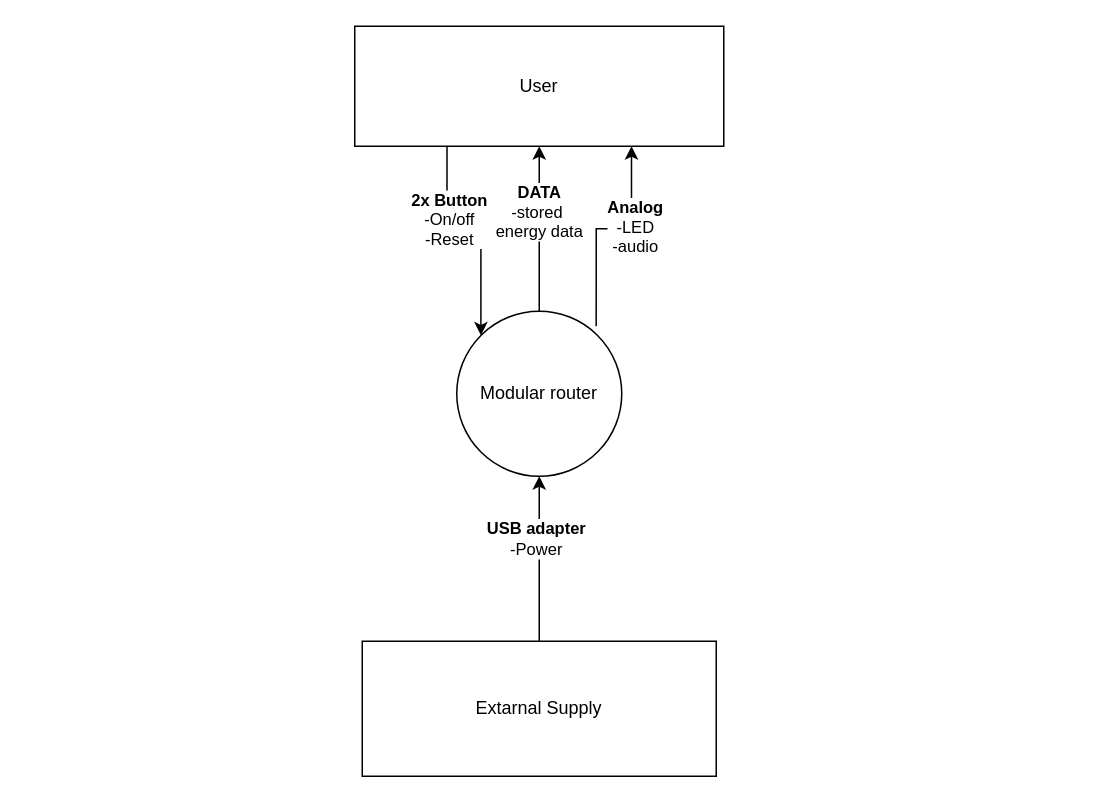
This is DCD.drawio from Pietertv/Crownstone_graduation_internship_Pieter_ten_Velde, a draw.io file, before an edit. Source tidied: cells renumbered, new cells numbered last; positions are measured from the earlier drawing's top-left corner, leaving out a move shared by most shapes. Both pictures are drawn from the tidied source at 150%, with x=0, y=0 at pixel (354, 26).
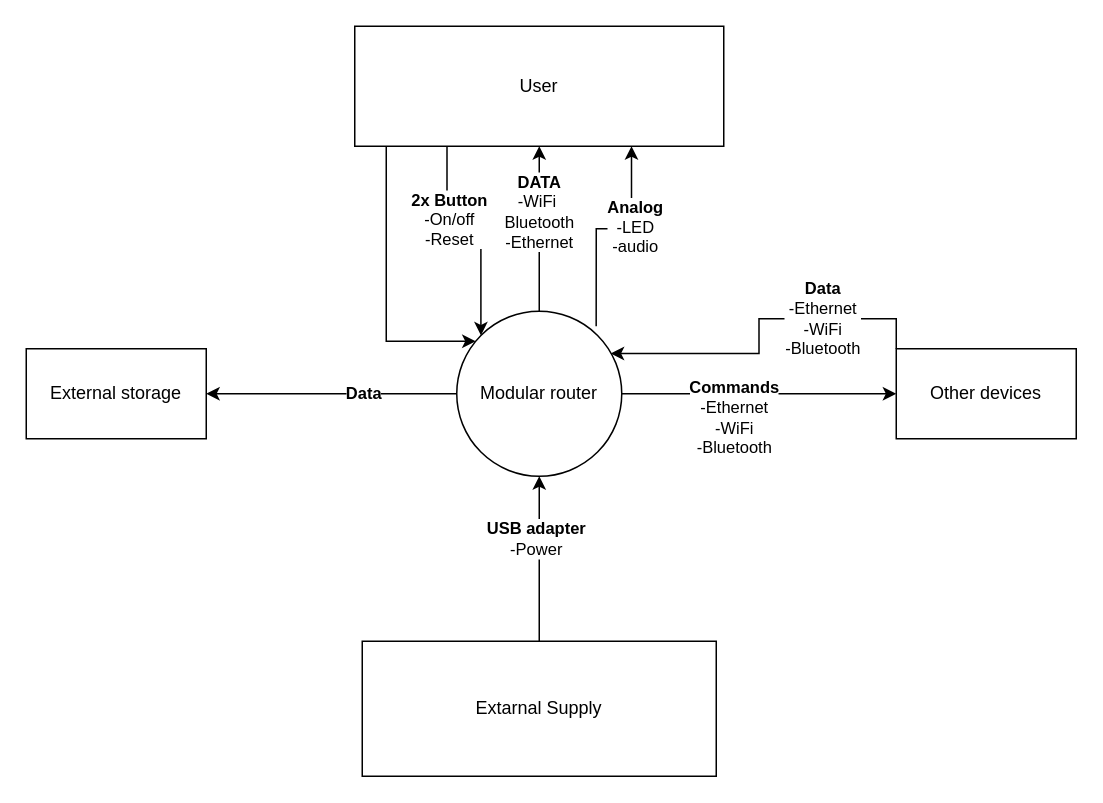
The same diagram, later.

Unchanged cells that the change refers to:
```xml
<mxCell id="2" style="edgeStyle=orthogonalEdgeStyle;rounded=0;jettySize=auto;html=1;exitX=0.5;exitY=0;exitDx=0;exitDy=0;entryX=0.5;entryY=1;entryDx=0;entryDy=0;" parent="1" edge="1" source="4" target="9">
  <mxGeometry relative="1" as="geometry" />
</mxCell>
<mxCell id="4" value="Modular router" style="ellipse;whiteSpace=wrap;html=1;" parent="1" vertex="1">
  <mxGeometry x="68" y="190" width="110" height="110" as="geometry" />
</mxCell>
<mxCell id="9" value="User" style="rounded=0;whiteSpace=wrap;html=1;" parent="1" vertex="1">
  <mxGeometry width="246" height="80" as="geometry" />
</mxCell>
```

Change to the diagram source:
```diff
@@
-    <mxCell id="3" value="&lt;b&gt;DATA&lt;/b&gt;&lt;br&gt;-stored&amp;nbsp;&lt;br&gt;energy data" style="edgeLabel;html=1;align=center;verticalAlign=middle;" parent="2" vertex="1">
+    <mxCell id="3" value="&lt;b&gt;DATA&lt;/b&gt;&lt;br&gt;-WiFi&amp;nbsp;&lt;br&gt;Bluetooth&lt;br&gt;-Ethernet" style="edgeLabel;html=1;align=center;verticalAlign=middle;" parent="2" vertex="1">
       <mxGeometry x="0.22" y="1" relative="1" as="geometry" />
     </mxCell>
+    <mxCell id="13" style="edgeStyle=orthogonalEdgeStyle;rounded=0;jettySize=auto;html=1;exitX=1;exitY=0.5;exitDx=0;exitDy=0;entryX=0;entryY=0.5;entryDx=0;entryDy=0;" parent="1" edge="1" source="4" target="20">
+      <mxGeometry relative="1" as="geometry" />
+    </mxCell>
+    <mxCell id="14" value="&lt;b&gt;Commands&lt;br&gt;&lt;/b&gt;-Ethernet&lt;br&gt;-WiFi&lt;br&gt;-Bluetooth&lt;br&gt;" style="edgeLabel;html=1;align=center;verticalAlign=middle;" parent="13" vertex="1">
+      <mxGeometry x="-0.15" y="-1" relative="1" as="geometry">
+        <mxPoint x="-4" y="14" as="offset" />
+      </mxGeometry>
+    </mxCell>
+    <mxCell id="15" style="edgeStyle=orthogonalEdgeStyle;rounded=0;jettySize=auto;html=1;exitX=0;exitY=0.5;exitDx=0;exitDy=0;entryX=1;entryY=0.5;entryDx=0;entryDy=0;" parent="1" edge="1" source="4" target="21">
+      <mxGeometry relative="1" as="geometry" />
+    </mxCell>
+    <mxCell id="16" value="&lt;b&gt;Data&lt;/b&gt;" style="edgeLabel;html=1;align=center;verticalAlign=middle;" parent="15" vertex="1">
+      <mxGeometry x="-0.24" y="-1" relative="1" as="geometry" />
+    </mxCell>
@@
+    <mxCell id="17" style="edgeStyle=orthogonalEdgeStyle;rounded=0;jettySize=auto;html=1;exitX=0;exitY=1;exitDx=0;exitDy=0;" parent="1" edge="1" source="9" target="4">
+      <mxGeometry relative="1" as="geometry">
+        <Array as="points">
+          <mxPoint x="21" y="80" />
+          <mxPoint x="21" y="210" />
+        </Array>
+      </mxGeometry>
+    </mxCell>
@@
+    <mxCell id="18" style="edgeStyle=orthogonalEdgeStyle;rounded=0;jettySize=auto;html=1;exitX=0;exitY=0;exitDx=0;exitDy=0;entryX=0.933;entryY=0.256;entryDx=0;entryDy=0;entryPerimeter=0;" parent="1" edge="1" source="20" target="4">
+      <mxGeometry relative="1" as="geometry" />
+    </mxCell>
+    <mxCell id="19" value="&lt;b&gt;Data&lt;br&gt;&lt;/b&gt;-Ethernet&lt;br&gt;-WiFi&lt;br&gt;-Bluetooth" style="edgeLabel;html=1;align=center;verticalAlign=middle;" parent="18" vertex="1">
+      <mxGeometry x="-0.52" y="-1" relative="1" as="geometry">
+        <mxPoint x="-14" as="offset" />
+      </mxGeometry>
+    </mxCell>
+    <mxCell id="20" value="Other devices" style="rounded=0;whiteSpace=wrap;html=1;" parent="1" vertex="1">
+      <mxGeometry x="361" y="215" width="120" height="60" as="geometry" />
+    </mxCell>
+    <mxCell id="21" value="External storage" style="rounded=0;whiteSpace=wrap;html=1;" parent="1" vertex="1">
+      <mxGeometry x="-219" y="215" width="120" height="60" as="geometry" />
+    </mxCell>
```
